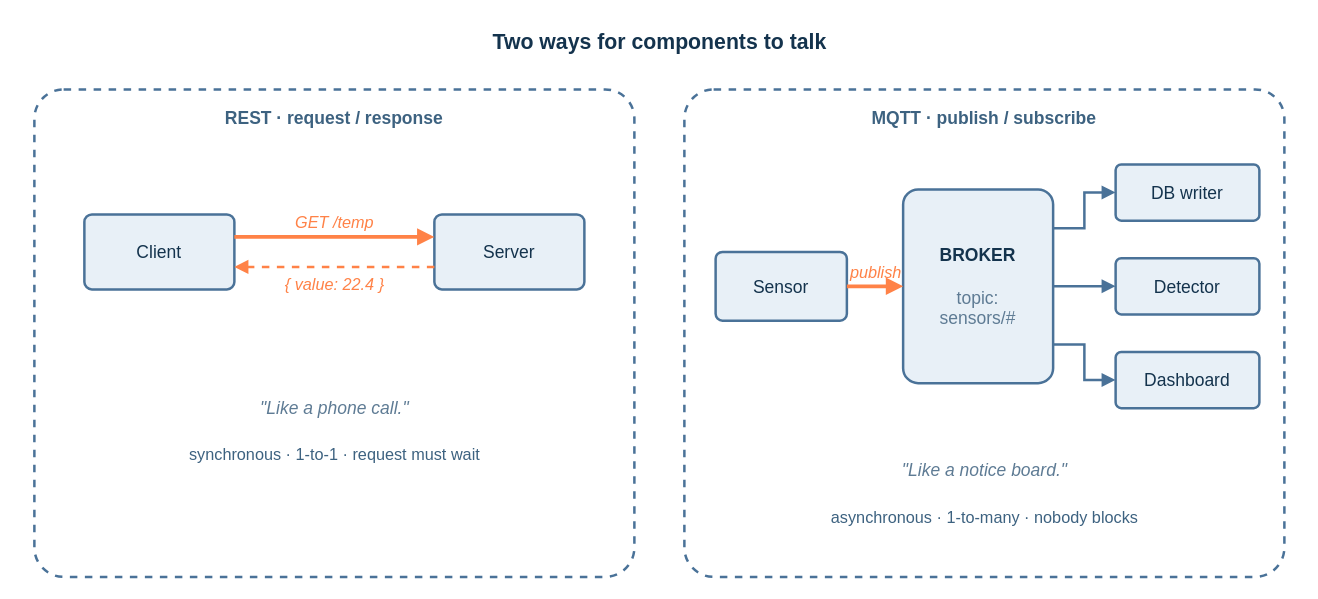
Above: course-notes/diagrams/course-notes2-fig03.drawio in eislab-cps/D7065E (draw.io), before the change. Source tidied: cells renumbered, new cells numbered last; positions are measured from the earlier drawing's top-left corner, leaving out a move shared by most shapes. Both pictures are drawn from the tidied source at 125%, with x=0, y=0 at pixel (21, 21).
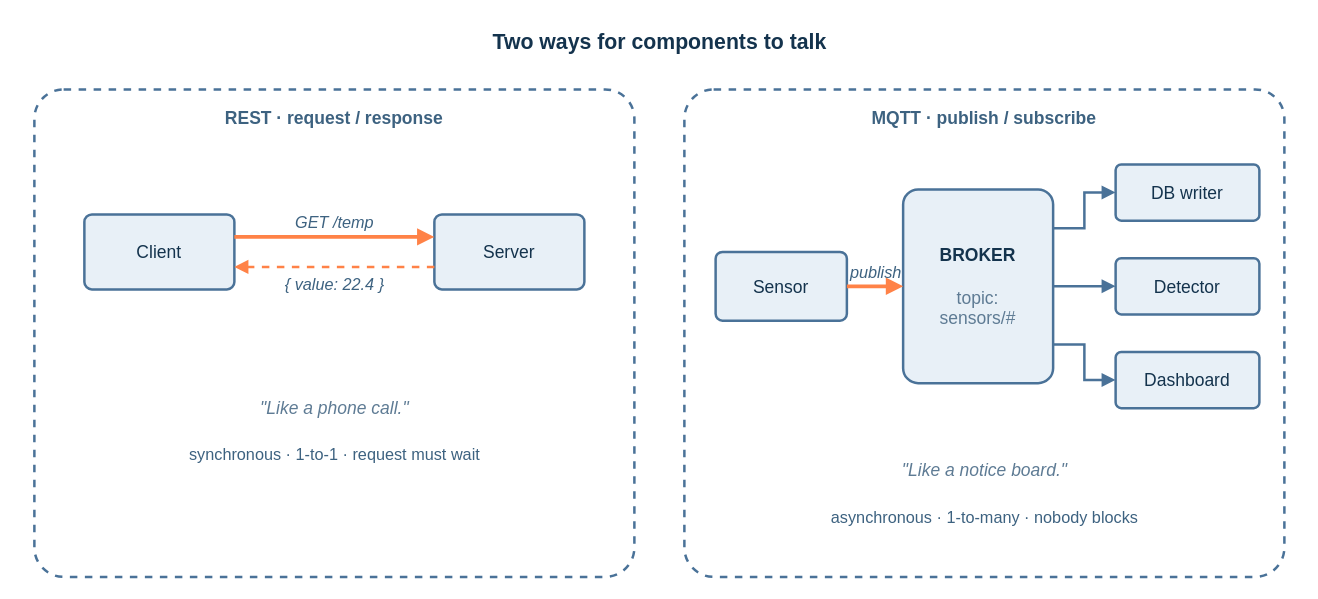
The same diagram, later.

The change refers to these unchanged cells:
```xml
<mxCell id="4" value="Client" style="rounded=1;whiteSpace=wrap;html=1;fillColor=#E8F0F7;strokeColor=#4A7298;strokeWidth=2;fontColor=#14334D;fontFamily=Helvetica;arcSize=10;fontSize=14;" parent="1" vertex="1">
  <mxGeometry x="50" y="154" width="120" height="60" as="geometry" />
</mxCell>
<mxCell id="5" value="Server" style="rounded=1;whiteSpace=wrap;html=1;fillColor=#E8F0F7;strokeColor=#4A7298;strokeWidth=2;fontColor=#14334D;fontFamily=Helvetica;arcSize=10;fontSize=14;" parent="1" vertex="1">
  <mxGeometry x="330" y="154" width="120" height="60" as="geometry" />
</mxCell>
<mxCell id="11" value="Sensor" style="rounded=1;whiteSpace=wrap;html=1;fillColor=#E8F0F7;strokeColor=#4A7298;strokeWidth=2;fontColor=#14334D;fontFamily=Helvetica;arcSize=10;fontSize=14;" parent="1" vertex="1">
  <mxGeometry x="555" y="184" width="105" height="55" as="geometry" />
</mxCell>
<mxCell id="12" value="&lt;b&gt;BROKER&lt;/b&gt;&#10;&#10;&lt;font color=&quot;#5E7B94&quot;&gt;topic:&#10;sensors/#&lt;/font&gt;" style="rounded=1;whiteSpace=wrap;html=1;fillColor=#E8F0F7;strokeColor=#4A7298;strokeWidth=2;fontColor=#14334D;fontFamily=Helvetica;arcSize=10;fontSize=14;" parent="1" vertex="1">
  <mxGeometry x="705" y="134" width="120" height="155" as="geometry" />
</mxCell>
```

Diff of the diagram source:
```diff
@@
-    <mxCell id="6" value="GET /temp" style="endArrow=block;html=1;strokeColor=#FF8247;strokeWidth=3;fontColor=#FF8247;fontSize=13;fontStyle=2;labelBackgroundColor=none;exitX=1;exitY=0.3;entryX=0;entryY=0.3;" parent="1" edge="1" source="4" target="5">
+    <mxCell id="6" value="GET /temp" style="endArrow=block;html=1;strokeColor=#FF8247;strokeWidth=3;fontColor=#3D6280;fontSize=13;fontStyle=2;labelBackgroundColor=none;exitX=1;exitY=0.3;entryX=0;entryY=0.3;" parent="1" edge="1" source="4" target="5">
       <mxGeometry relative="1" as="geometry">
         <mxPoint y="-12" as="offset" />
       </mxGeometry>
     </mxCell>
-    <mxCell id="7" value="{ value: 22.4 }" style="endArrow=block;html=1;strokeColor=#FF8247;strokeWidth=2;dashed=1;fontColor=#FF8247;fontSize=13;fontStyle=2;labelBackgroundColor=none;exitX=0;exitY=0.7;entryX=1;entryY=0.7;" parent="1" edge="1" source="5" target="4">
+    <mxCell id="7" value="{ value: 22.4 }" style="endArrow=block;html=1;strokeColor=#FF8247;strokeWidth=2;dashed=1;fontColor=#3D6280;fontSize=13;fontStyle=2;labelBackgroundColor=none;exitX=0;exitY=0.7;entryX=1;entryY=0.7;" parent="1" edge="1" source="5" target="4">
       <mxGeometry relative="1" as="geometry">
         <mxPoint y="14" as="offset" />
       </mxGeometry>
     </mxCell>
@@
-    <mxCell id="16" value="publish" style="endArrow=block;html=1;strokeColor=#FF8247;strokeWidth=3;fontColor=#FF8247;fontSize=13;fontStyle=2;labelBackgroundColor=none;exitX=1;exitY=0.5;entryX=0;entryY=0.5;" parent="1" edge="1" source="11" target="12">
+    <mxCell id="16" value="publish" style="endArrow=block;html=1;strokeColor=#FF8247;strokeWidth=3;fontColor=#3D6280;fontSize=13;fontStyle=2;labelBackgroundColor=none;exitX=1;exitY=0.5;entryX=0;entryY=0.5;" parent="1" edge="1" source="11" target="12">
       <mxGeometry relative="1" as="geometry">
         <mxPoint y="-12" as="offset" />
       </mxGeometry>
     </mxCell>
```
